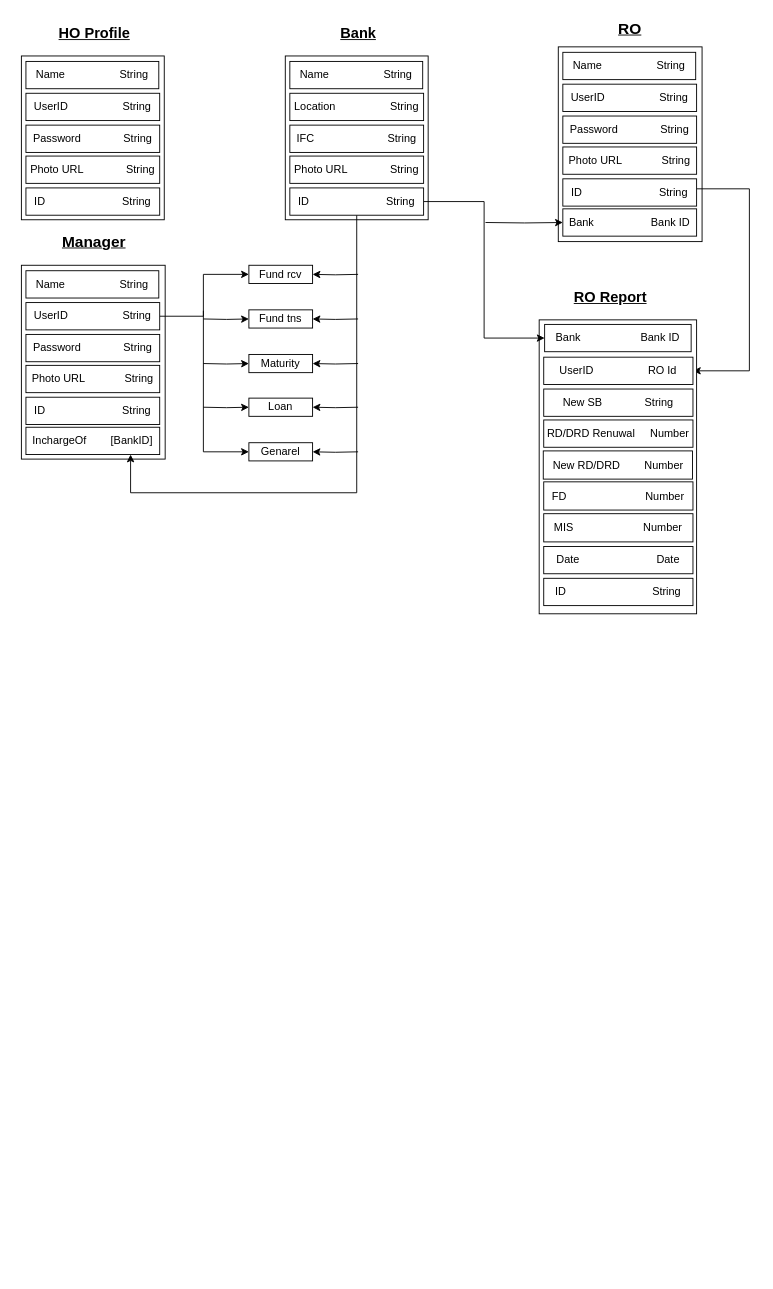
Itsbabin/Organiser keeps this draw.io diagram as Untitled Diagram.drawio. Above is the earlier version. Source tidied: cells renumbered, new cells numbered last; positions are measured from the earlier drawing's top-left corner, leaving out a move shared by most shapes. Both pictures are drawn from the tidied source at 91%, with x=0, y=0 at pixel (21, 15).
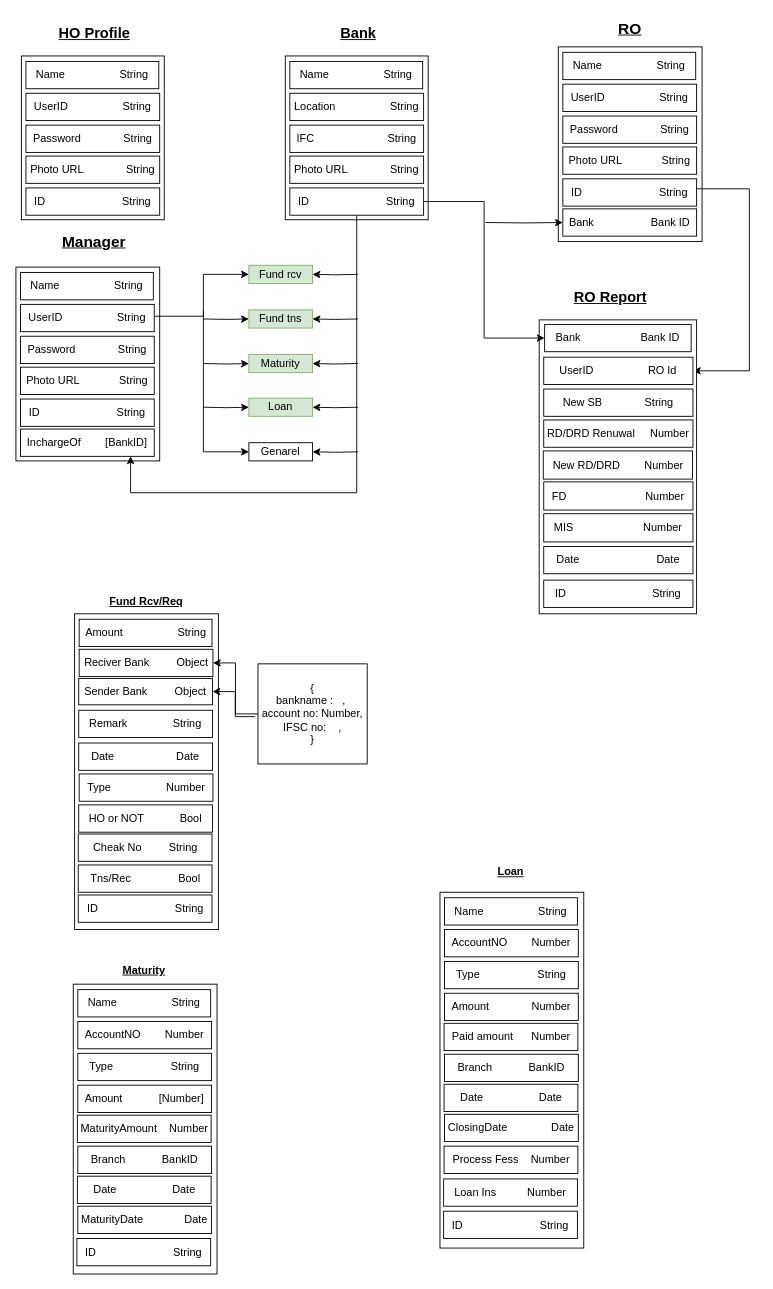
After the change.

Diff of the diagram source:
```diff
@@
     <mxCell id="8" style="rounded=0;whiteSpace=wrap;html=1;" parent="1" vertex="1">
-      <mxGeometry y="274" width="158" height="213" as="geometry" />
+      <mxGeometry x="-6" y="276" width="158" height="213" as="geometry" />
     </mxCell>
     <mxCell id="9" value="Name&amp;nbsp; &amp;nbsp; &amp;nbsp; &amp;nbsp; &amp;nbsp; &amp;nbsp; &amp;nbsp; &amp;nbsp; &amp;nbsp; String" style="rounded=0;whiteSpace=wrap;html=1;" parent="1" vertex="1">
-      <mxGeometry x="5" y="280" width="146" height="30" as="geometry" />
+      <mxGeometry x="-1" y="282" width="146" height="30" as="geometry" />
     </mxCell>
@@
     <mxCell id="11" value="UserID&amp;nbsp; &amp;nbsp; &amp;nbsp; &amp;nbsp; &amp;nbsp; &amp;nbsp; &amp;nbsp; &amp;nbsp; &amp;nbsp; String" style="rounded=0;whiteSpace=wrap;html=1;" parent="1" vertex="1">
-      <mxGeometry x="5" y="315" width="147" height="30" as="geometry" />
+      <mxGeometry x="-1" y="317" width="147" height="30" as="geometry" />
     </mxCell>
     <mxCell id="12" value="Password&amp;nbsp; &amp;nbsp; &amp;nbsp; &amp;nbsp; &amp;nbsp; &amp;nbsp; &amp;nbsp; String" style="rounded=0;whiteSpace=wrap;html=1;" parent="1" vertex="1">
-      <mxGeometry x="5" y="350" width="147" height="30" as="geometry" />
+      <mxGeometry x="-1" y="352" width="147" height="30" as="geometry" />
     </mxCell>
     <mxCell id="13" value="Photo URL&amp;nbsp; &amp;nbsp; &amp;nbsp; &amp;nbsp; &amp;nbsp; &amp;nbsp; &amp;nbsp;String" style="rounded=0;whiteSpace=wrap;html=1;" parent="1" vertex="1">
-      <mxGeometry x="5" y="384" width="147" height="30" as="geometry" />
+      <mxGeometry x="-1" y="386" width="147" height="30" as="geometry" />
     </mxCell>
     <mxCell id="14" value="ID&amp;nbsp;&lt;span style=&quot;white-space: pre;&quot;&gt;&#9;&lt;/span&gt;&lt;span style=&quot;white-space: pre;&quot;&gt;&#9;&lt;/span&gt; &amp;nbsp; &amp;nbsp; &amp;nbsp; &amp;nbsp; &amp;nbsp; &amp;nbsp; String" style="rounded=0;whiteSpace=wrap;html=1;" parent="1" vertex="1">
-      <mxGeometry x="5" y="419" width="147" height="30" as="geometry" />
+      <mxGeometry x="-1" y="421" width="147" height="30" as="geometry" />
     </mxCell>
@@
     <mxCell id="16" value="InchargeOf&amp;nbsp; &amp;nbsp; &amp;nbsp; &amp;nbsp; [BankID]" style="rounded=0;whiteSpace=wrap;html=1;" parent="1" vertex="1">
-      <mxGeometry x="5" y="452" width="147" height="30" as="geometry" />
+      <mxGeometry x="-1" y="454" width="147" height="30" as="geometry" />
     </mxCell>
@@
     <mxCell id="32" value="ID&amp;nbsp;&lt;span style=&quot;white-space: pre;&quot;&gt;&#9;&amp;nbsp;&#9;&lt;/span&gt;&amp;nbsp; &amp;nbsp; &amp;nbsp; &amp;nbsp; &amp;nbsp; &amp;nbsp; &amp;nbsp; &amp;nbsp; String" style="rounded=0;whiteSpace=wrap;html=1;" parent="1" vertex="1">
-      <mxGeometry x="574" y="618" width="164" height="30" as="geometry" />
+      <mxGeometry x="574" y="620" width="164" height="30" as="geometry" />
     </mxCell>
@@
-    <mxCell id="40" value="&lt;span style=&quot;border-color: var(--border-color); color: rgb(0, 0, 0); font-family: Helvetica; font-size: 12px; font-style: normal; font-variant-ligatures: normal; font-variant-caps: normal; font-weight: 400; letter-spacing: normal; orphans: 2; text-align: center; text-indent: 0px; text-transform: none; widows: 2; word-spacing: 0px; -webkit-text-stroke-width: 0px; background-color: initial; text-decoration-thickness: initial; text-decoration-style: initial; text-decoration-color: initial;&quot;&gt;Fund rcv&lt;/span&gt;" style="rounded=0;whiteSpace=wrap;html=1;" parent="1" vertex="1">
+    <mxCell id="40" value="&lt;span style=&quot;border-color: var(--border-color); color: rgb(0, 0, 0); font-family: Helvetica; font-size: 12px; font-style: normal; font-variant-ligatures: normal; font-variant-caps: normal; font-weight: 400; letter-spacing: normal; orphans: 2; text-align: center; text-indent: 0px; text-transform: none; widows: 2; word-spacing: 0px; -webkit-text-stroke-width: 0px; background-color: initial; text-decoration-thickness: initial; text-decoration-style: initial; text-decoration-color: initial;&quot;&gt;Fund rcv&lt;/span&gt;" style="rounded=0;whiteSpace=wrap;html=1;fillColor=#d5e8d4;strokeColor=#82b366;" parent="1" vertex="1">
       <mxGeometry x="250" y="274" width="70" height="20" as="geometry" />
     </mxCell>
@@
-    <mxCell id="43" value="&lt;span style=&quot;border-color: var(--border-color); color: rgb(0, 0, 0); font-family: Helvetica; font-size: 12px; font-style: normal; font-variant-ligatures: normal; font-variant-caps: normal; font-weight: 400; letter-spacing: normal; orphans: 2; text-align: center; text-indent: 0px; text-transform: none; widows: 2; word-spacing: 0px; -webkit-text-stroke-width: 0px; background-color: initial; text-decoration-thickness: initial; text-decoration-style: initial; text-decoration-color: initial;&quot;&gt;Fund&amp;nbsp;&lt;/span&gt;tns" style="rounded=0;whiteSpace=wrap;html=1;" parent="1" vertex="1">
+    <mxCell id="43" value="&lt;span style=&quot;border-color: var(--border-color); color: rgb(0, 0, 0); font-family: Helvetica; font-size: 12px; font-style: normal; font-variant-ligatures: normal; font-variant-caps: normal; font-weight: 400; letter-spacing: normal; orphans: 2; text-align: center; text-indent: 0px; text-transform: none; widows: 2; word-spacing: 0px; -webkit-text-stroke-width: 0px; background-color: initial; text-decoration-thickness: initial; text-decoration-style: initial; text-decoration-color: initial;&quot;&gt;Fund&amp;nbsp;&lt;/span&gt;tns" style="rounded=0;whiteSpace=wrap;html=1;fillColor=#d5e8d4;strokeColor=#82b366;" parent="1" vertex="1">
       <mxGeometry x="250" y="323" width="70" height="20" as="geometry" />
     </mxCell>
@@
-    <mxCell id="46" value="Maturity" style="rounded=0;whiteSpace=wrap;html=1;" parent="1" vertex="1">
+    <mxCell id="46" value="Maturity" style="rounded=0;whiteSpace=wrap;html=1;fillColor=#d5e8d4;strokeColor=#82b366;" parent="1" vertex="1">
       <mxGeometry x="250" y="372" width="70" height="20" as="geometry" />
     </mxCell>
@@
-    <mxCell id="49" value="Loan" style="rounded=0;whiteSpace=wrap;html=1;" parent="1" vertex="1">
+    <mxCell id="49" value="Loan" style="rounded=0;whiteSpace=wrap;html=1;fillColor=#d5e8d4;strokeColor=#82b366;" parent="1" vertex="1">
       <mxGeometry x="250" y="420" width="70" height="20" as="geometry" />
     </mxCell>
@@
+    <mxCell id="62" style="rounded=0;whiteSpace=wrap;html=1;" parent="1" vertex="1">
+      <mxGeometry x="58.5" y="657" width="158" height="347" as="geometry" />
+    </mxCell>
+    <mxCell id="63" value="Amount&amp;nbsp; &amp;nbsp; &amp;nbsp; &amp;nbsp; &amp;nbsp; &amp;nbsp; &amp;nbsp; &amp;nbsp; &amp;nbsp; String" style="rounded=0;whiteSpace=wrap;html=1;" parent="1" vertex="1">
+      <mxGeometry x="63.5" y="663" width="146" height="30" as="geometry" />
+    </mxCell>
+    <mxCell id="64" value="Reciver Bank&amp;nbsp; &amp;nbsp; &amp;nbsp; &amp;nbsp; &amp;nbsp;Object" style="rounded=0;whiteSpace=wrap;html=1;" parent="1" vertex="1">
+      <mxGeometry x="63.5" y="696" width="147" height="30" as="geometry" />
+    </mxCell>
+    <mxCell id="65" value="Date&amp;nbsp;&lt;span style=&quot;white-space: pre;&quot;&gt;&#9;&lt;/span&gt;&lt;span style=&quot;white-space: pre;&quot;&gt;&#9;&lt;/span&gt;&amp;nbsp; &amp;nbsp; Date" style="rounded=0;whiteSpace=wrap;html=1;" parent="1" vertex="1">
+      <mxGeometry x="63" y="799" width="147" height="30" as="geometry" />
+    </mxCell>
+    <mxCell id="66" value="Remark&amp;nbsp; &amp;nbsp; &amp;nbsp; &amp;nbsp; &amp;nbsp; &amp;nbsp; &amp;nbsp; &amp;nbsp;String" style="rounded=0;whiteSpace=wrap;html=1;" parent="1" vertex="1">
+      <mxGeometry x="63" y="763" width="147" height="30" as="geometry" />
+    </mxCell>
+    <mxCell id="67" value="ID&amp;nbsp;&lt;span style=&quot;white-space: pre;&quot;&gt;&#9;&lt;/span&gt;&lt;span style=&quot;white-space: pre;&quot;&gt;&#9;&lt;/span&gt; &amp;nbsp; &amp;nbsp; &amp;nbsp; &amp;nbsp; &amp;nbsp; &amp;nbsp; String" style="rounded=0;whiteSpace=wrap;html=1;" parent="1" vertex="1">
+      <mxGeometry x="62.5" y="966" width="147" height="30" as="geometry" />
+    </mxCell>
+    <mxCell id="68" value="Type&amp;nbsp; &amp;nbsp; &amp;nbsp; &lt;span style=&quot;white-space: pre;&quot;&gt;&#9;&lt;/span&gt;&amp;nbsp; &amp;nbsp; &amp;nbsp; &amp;nbsp; &amp;nbsp; Number" style="rounded=0;whiteSpace=wrap;html=1;" parent="1" vertex="1">
+      <mxGeometry x="63.5" y="833" width="147" height="30" as="geometry" />
+    </mxCell>
+    <mxCell id="69" value="&lt;b&gt;&lt;u&gt;Fund Rcv/Req&lt;/u&gt;&lt;/b&gt;" style="text;html=1;strokeColor=none;fillColor=none;align=center;verticalAlign=middle;whiteSpace=wrap;rounded=0;" parent="1" vertex="1">
+      <mxGeometry x="96" y="630" width="83" height="27" as="geometry" />
+    </mxCell>
+    <mxCell id="70" value="Sender Bank&amp;nbsp; &amp;nbsp; &amp;nbsp; &amp;nbsp; &amp;nbsp;Object" style="rounded=0;whiteSpace=wrap;html=1;" parent="1" vertex="1">
+      <mxGeometry x="63" y="728" width="147" height="29" as="geometry" />
+    </mxCell>
+    <mxCell id="71" value="HO or NOT&lt;span style=&quot;white-space: pre;&quot;&gt;&#9;&lt;/span&gt;&amp;nbsp; &amp;nbsp; &amp;nbsp; Bool" style="rounded=0;whiteSpace=wrap;html=1;" parent="1" vertex="1">
+      <mxGeometry x="63" y="867" width="147" height="30" as="geometry" />
+    </mxCell>
+    <mxCell id="72" value="Cheak No&amp;nbsp; &amp;nbsp; &amp;nbsp;&amp;nbsp;&lt;span style=&quot;white-space: pre;&quot;&gt;&#9;&lt;/span&gt;&amp;nbsp;String" style="rounded=0;whiteSpace=wrap;html=1;" parent="1" vertex="1">
+      <mxGeometry x="62.5" y="899" width="147" height="30" as="geometry" />
+    </mxCell>
+    <mxCell id="73" value="Tns/Rec&lt;span style=&quot;white-space: pre;&quot;&gt;&#9;&lt;/span&gt;&lt;span style=&quot;white-space: pre;&quot;&gt;&#9;&lt;/span&gt;&amp;nbsp; &amp;nbsp; &amp;nbsp;Bool" style="rounded=0;whiteSpace=wrap;html=1;" parent="1" vertex="1">
+      <mxGeometry x="62.5" y="933" width="147" height="30" as="geometry" />
+    </mxCell>
+    <mxCell id="74" style="edgeStyle=orthogonalEdgeStyle;rounded=0;jettySize=auto;html=1;entryX=1;entryY=0.5;entryDx=0;entryDy=0;" parent="1" edge="1" source="75" target="64">
+      <mxGeometry relative="1" as="geometry" />
+    </mxCell>
+    <mxCell id="75" value="{&lt;br&gt;bankname :&amp;nbsp; &amp;nbsp;,&amp;nbsp;&lt;br&gt;account no: Number,&lt;br&gt;IFSC no:&amp;nbsp; &amp;nbsp; ,&lt;br&gt;}" style="rounded=0;whiteSpace=wrap;html=1;" parent="1" vertex="1">
+      <mxGeometry x="260" y="712" width="120" height="110" as="geometry" />
+    </mxCell>
+    <mxCell id="76" style="edgeStyle=orthogonalEdgeStyle;rounded=0;jettySize=auto;html=1;exitX=-0.029;exitY=0.527;exitDx=0;exitDy=0;exitPerimeter=0;" parent="1" edge="1" source="75" target="70">
+      <mxGeometry relative="1" as="geometry" />
+    </mxCell>
+    <mxCell id="77" style="rounded=0;whiteSpace=wrap;html=1;" parent="1" vertex="1">
+      <mxGeometry x="57" y="1064" width="158" height="318.5" as="geometry" />
+    </mxCell>
+    <mxCell id="78" value="Name&amp;nbsp; &amp;nbsp; &amp;nbsp; &amp;nbsp; &amp;nbsp; &amp;nbsp; &amp;nbsp; &amp;nbsp; &amp;nbsp; String" style="rounded=0;whiteSpace=wrap;html=1;" parent="1" vertex="1">
+      <mxGeometry x="62" y="1070" width="146" height="30" as="geometry" />
+    </mxCell>
+    <mxCell id="79" value="AccountNO&amp;nbsp; &amp;nbsp; &amp;nbsp; &amp;nbsp; Number" style="rounded=0;whiteSpace=wrap;html=1;" parent="1" vertex="1">
+      <mxGeometry x="62" y="1105" width="147" height="30" as="geometry" />
+    </mxCell>
+    <mxCell id="80" value="Type&amp;nbsp; &amp;nbsp; &amp;nbsp; &amp;nbsp; &amp;nbsp; &amp;nbsp; &amp;nbsp; &amp;nbsp; &amp;nbsp; &amp;nbsp;String" style="rounded=0;whiteSpace=wrap;html=1;" parent="1" vertex="1">
+      <mxGeometry x="62" y="1140" width="147" height="30" as="geometry" />
+    </mxCell>
+    <mxCell id="81" value="Amount&amp;nbsp; &amp;nbsp; &amp;nbsp; &amp;nbsp; &amp;nbsp; &amp;nbsp; [Number]" style="rounded=0;whiteSpace=wrap;html=1;" parent="1" vertex="1">
+      <mxGeometry x="62" y="1175" width="147" height="30" as="geometry" />
+    </mxCell>
+    <mxCell id="82" value="Branch&amp;nbsp; &amp;nbsp; &amp;nbsp; &amp;nbsp; &amp;nbsp; &amp;nbsp; BankID" style="rounded=0;whiteSpace=wrap;html=1;" parent="1" vertex="1">
+      <mxGeometry x="62" y="1242" width="147" height="30" as="geometry" />
+    </mxCell>
+    <mxCell id="83" value="MaturityAmount&lt;span style=&quot;&quot;&gt;&lt;span style=&quot;white-space: pre;&quot;&gt;&amp;nbsp;&amp;nbsp;&lt;/span&gt;&lt;/span&gt;&lt;span style=&quot;&quot;&gt;&lt;span style=&quot;white-space: pre;&quot;&gt;&amp;nbsp;&lt;/span&gt;&lt;/span&gt;&amp;nbsp;Number" style="rounded=0;whiteSpace=wrap;html=1;" parent="1" vertex="1">
+      <mxGeometry x="61.5" y="1208" width="147" height="30" as="geometry" />
+    </mxCell>
+    <mxCell id="84" value="ID&amp;nbsp;&lt;span style=&quot;white-space: pre;&quot;&gt;&#9;&lt;/span&gt;&lt;span style=&quot;white-space: pre;&quot;&gt;&#9;&lt;/span&gt; &amp;nbsp; &amp;nbsp; &amp;nbsp; &amp;nbsp; &amp;nbsp; &amp;nbsp; String" style="rounded=0;whiteSpace=wrap;html=1;" parent="1" vertex="1">
+      <mxGeometry x="61" y="1343.5" width="147" height="30" as="geometry" />
+    </mxCell>
+    <mxCell id="85" value="Date&lt;span style=&quot;white-space: pre;&quot;&gt;&#9;&lt;/span&gt;&lt;span style=&quot;white-space: pre;&quot;&gt;&#9;&lt;/span&gt;&amp;nbsp; Date" style="rounded=0;whiteSpace=wrap;html=1;" parent="1" vertex="1">
+      <mxGeometry x="61.5" y="1275" width="147" height="30" as="geometry" />
+    </mxCell>
+    <mxCell id="86" value="MaturityDate&lt;span style=&quot;white-space: pre;&quot;&gt;&#9;&lt;/span&gt;&lt;span style=&quot;white-space: pre;&quot;&gt;&#9;&lt;/span&gt;&amp;nbsp; Date" style="rounded=0;whiteSpace=wrap;html=1;" parent="1" vertex="1">
+      <mxGeometry x="62" y="1308" width="147" height="30" as="geometry" />
+    </mxCell>
+    <mxCell id="87" value="&lt;b&gt;&lt;u&gt;Maturity&lt;/u&gt;&lt;/b&gt;" style="text;html=1;strokeColor=none;fillColor=none;align=center;verticalAlign=middle;whiteSpace=wrap;rounded=0;" parent="1" vertex="1">
+      <mxGeometry x="104.5" y="1034" width="60" height="30" as="geometry" />
+    </mxCell>
+    <mxCell id="88" style="rounded=0;whiteSpace=wrap;html=1;" parent="1" vertex="1">
+      <mxGeometry x="460" y="963" width="158" height="391" as="geometry" />
+    </mxCell>
+    <mxCell id="89" value="Name&amp;nbsp; &amp;nbsp; &amp;nbsp; &amp;nbsp; &amp;nbsp; &amp;nbsp; &amp;nbsp; &amp;nbsp; &amp;nbsp; String" style="rounded=0;whiteSpace=wrap;html=1;" parent="1" vertex="1">
+      <mxGeometry x="465" y="969" width="146" height="30" as="geometry" />
+    </mxCell>
+    <mxCell id="90" value="AccountNO&amp;nbsp; &amp;nbsp; &amp;nbsp; &amp;nbsp; Number" style="rounded=0;whiteSpace=wrap;html=1;" parent="1" vertex="1">
+      <mxGeometry x="465" y="1004" width="147" height="30" as="geometry" />
+    </mxCell>
+    <mxCell id="91" value="Type&amp;nbsp; &amp;nbsp; &amp;nbsp; &amp;nbsp; &amp;nbsp; &amp;nbsp; &amp;nbsp; &amp;nbsp; &amp;nbsp; &amp;nbsp;String" style="rounded=0;whiteSpace=wrap;html=1;" parent="1" vertex="1">
+      <mxGeometry x="465" y="1039" width="147" height="30" as="geometry" />
+    </mxCell>
+    <mxCell id="92" value="Amount&amp;nbsp; &amp;nbsp; &amp;nbsp; &amp;nbsp; &amp;nbsp; &amp;nbsp; &amp;nbsp; Number" style="rounded=0;whiteSpace=wrap;html=1;" parent="1" vertex="1">
+      <mxGeometry x="465" y="1074" width="147" height="30" as="geometry" />
+    </mxCell>
+    <mxCell id="93" value="Branch&amp;nbsp; &amp;nbsp; &amp;nbsp; &amp;nbsp; &amp;nbsp; &amp;nbsp; BankID" style="rounded=0;whiteSpace=wrap;html=1;" parent="1" vertex="1">
+      <mxGeometry x="465" y="1141" width="147" height="30" as="geometry" />
+    </mxCell>
+    <mxCell id="94" value="&lt;span style=&quot;&quot;&gt;Paid amount&lt;span style=&quot;white-space: pre;&quot;&gt;&amp;nbsp;&amp;nbsp;&lt;/span&gt;&lt;/span&gt;&lt;span style=&quot;&quot;&gt;&lt;span style=&quot;white-space: pre;&quot;&gt;&amp;nbsp;  &lt;/span&gt;&lt;/span&gt;&amp;nbsp;Number" style="rounded=0;whiteSpace=wrap;html=1;" parent="1" vertex="1">
+      <mxGeometry x="464.5" y="1107" width="147" height="30" as="geometry" />
+    </mxCell>
+    <mxCell id="95" value="ID&amp;nbsp;&lt;span style=&quot;white-space: pre;&quot;&gt;&#9;&lt;/span&gt;&lt;span style=&quot;white-space: pre;&quot;&gt;&#9;&lt;/span&gt; &amp;nbsp; &amp;nbsp; &amp;nbsp; &amp;nbsp; &amp;nbsp; &amp;nbsp; String" style="rounded=0;whiteSpace=wrap;html=1;" parent="1" vertex="1">
+      <mxGeometry x="464" y="1313.5" width="147" height="30" as="geometry" />
+    </mxCell>
+    <mxCell id="96" value="Date&lt;span style=&quot;white-space: pre;&quot;&gt;&#9;&lt;/span&gt;&lt;span style=&quot;white-space: pre;&quot;&gt;&#9;&lt;/span&gt;&amp;nbsp; Date" style="rounded=0;whiteSpace=wrap;html=1;" parent="1" vertex="1">
+      <mxGeometry x="464.5" y="1174" width="147" height="30" as="geometry" />
+    </mxCell>
+    <mxCell id="97" value="ClosingDate&lt;span style=&quot;white-space: pre;&quot;&gt;&#9;&lt;/span&gt;&lt;span style=&quot;white-space: pre;&quot;&gt;&#9;&lt;/span&gt;&amp;nbsp; Date" style="rounded=0;whiteSpace=wrap;html=1;" parent="1" vertex="1">
+      <mxGeometry x="465" y="1207" width="147" height="30" as="geometry" />
+    </mxCell>
+    <mxCell id="98" value="Loan Ins&amp;nbsp;&lt;span style=&quot;white-space: pre;&quot;&gt;&#9;&lt;/span&gt;&lt;span style=&quot;white-space: pre;&quot;&gt;&#9;&lt;/span&gt;Number" style="rounded=0;whiteSpace=wrap;html=1;" parent="1" vertex="1">
+      <mxGeometry x="464" y="1278" width="147" height="30" as="geometry" />
+    </mxCell>
+    <mxCell id="99" value="Process Fess&amp;nbsp; &amp;nbsp; Number" style="rounded=0;whiteSpace=wrap;html=1;" parent="1" vertex="1">
+      <mxGeometry x="464.5" y="1242" width="147" height="30" as="geometry" />
+    </mxCell>
+    <mxCell id="100" value="&lt;b&gt;&lt;u&gt;Loan&lt;/u&gt;&lt;/b&gt;" style="text;html=1;strokeColor=none;fillColor=none;align=center;verticalAlign=middle;whiteSpace=wrap;rounded=0;" parent="1" vertex="1">
+      <mxGeometry x="507.5" y="926" width="60" height="30" as="geometry" />
+    </mxCell>
```
